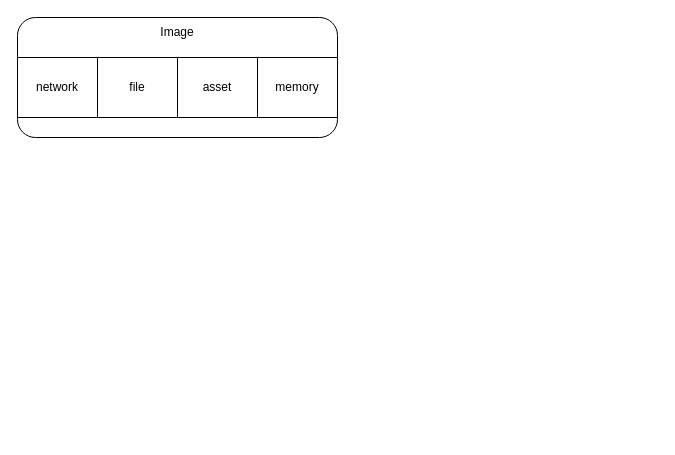
Earlier version of the draw.io diagram draw/image.drawio (Jonty1997/personal_sources). Source tidied: cells renumbered, new cells numbered last; positions are measured from the earlier drawing's top-left corner, leaving out a move shared by most shapes. Both pictures are drawn from the tidied source at 100%, with x=0, y=0 at pixel (17, 17).
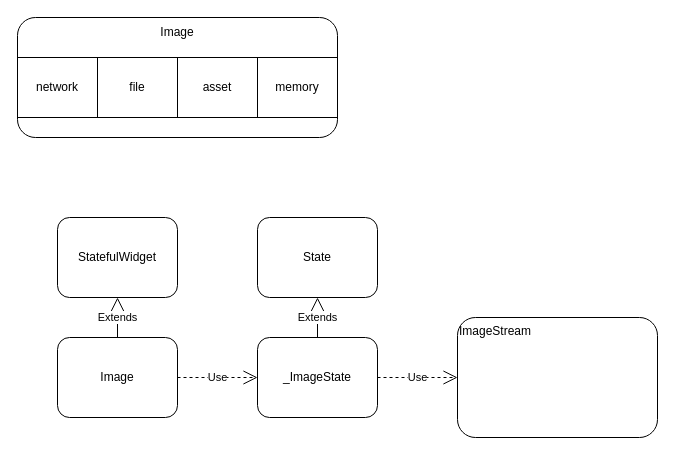
The same page after the edit.

What changed in the source:
```diff
@@
 <mxGraphModel>
   <root>
     <mxCell id="0" />
     <mxCell id="1" parent="0" />
     <mxCell id="2" style="rounded=1;whiteSpace=wrap;html=1;" parent="1" vertex="1">
       <mxGeometry width="320" height="120" as="geometry" />
     </mxCell>
     <mxCell id="3" value="Image" style="text;html=1;align=center;verticalAlign=middle;whiteSpace=wrap;rounded=0;" parent="1" vertex="1">
       <mxGeometry x="130" width="60" height="30" as="geometry" />
     </mxCell>
     <mxCell id="4" value="network" style="rounded=0;whiteSpace=wrap;html=1;" parent="1" vertex="1">
       <mxGeometry y="40" width="80" height="60" as="geometry" />
     </mxCell>
     <mxCell id="5" value="file" style="rounded=0;whiteSpace=wrap;html=1;" parent="1" vertex="1">
       <mxGeometry x="80" y="40" width="80" height="60" as="geometry" />
     </mxCell>
     <mxCell id="6" value="asset" style="rounded=0;whiteSpace=wrap;html=1;" parent="1" vertex="1">
       <mxGeometry x="160" y="40" width="80" height="60" as="geometry" />
     </mxCell>
     <mxCell id="7" value="memory" style="rounded=0;whiteSpace=wrap;html=1;" parent="1" vertex="1">
       <mxGeometry x="240" y="40" width="80" height="60" as="geometry" />
     </mxCell>
+    <mxCell id="8" value="Image" style="rounded=1;whiteSpace=wrap;html=1;" parent="1" vertex="1">
+      <mxGeometry x="40" y="320" width="120" height="80" as="geometry" />
+    </mxCell>
+    <mxCell id="9" value="StatefulWidget" style="rounded=1;whiteSpace=wrap;html=1;" parent="1" vertex="1">
+      <mxGeometry x="40" y="200" width="120" height="80" as="geometry" />
+    </mxCell>
+    <mxCell id="10" value="Extends" style="endArrow=block;endSize=16;endFill=0;html=1;rounded=0;exitX=0.5;exitY=0;exitDx=0;exitDy=0;entryX=0.5;entryY=1;entryDx=0;entryDy=0;" parent="1" edge="1" source="8" target="9">
+      <mxGeometry relative="1" as="geometry" />
+    </mxCell>
+    <mxCell id="11" value="Use" style="endArrow=open;endSize=12;dashed=1;html=1;rounded=0;exitX=1;exitY=0.5;exitDx=0;exitDy=0;entryX=0;entryY=0.5;entryDx=0;entryDy=0;" parent="1" edge="1" source="8" target="12">
+      <mxGeometry relative="1" as="geometry" />
+    </mxCell>
+    <mxCell id="12" value="_ImageState" style="rounded=1;whiteSpace=wrap;html=1;" parent="1" vertex="1">
+      <mxGeometry x="240" y="320" width="120" height="80" as="geometry" />
+    </mxCell>
+    <mxCell id="13" value="State" style="rounded=1;whiteSpace=wrap;html=1;" parent="1" vertex="1">
+      <mxGeometry x="240" y="200" width="120" height="80" as="geometry" />
+    </mxCell>
+    <mxCell id="14" value="Extends" style="endArrow=block;endSize=16;endFill=0;html=1;rounded=0;entryX=0.5;entryY=1;entryDx=0;entryDy=0;" parent="1" edge="1" source="12" target="13">
+      <mxGeometry relative="1" as="geometry" />
+    </mxCell>
+    <mxCell id="15" value="Use" style="endArrow=open;endSize=12;dashed=1;html=1;rounded=0;exitX=1;exitY=0.5;exitDx=0;exitDy=0;entryX=0;entryY=0.5;entryDx=0;entryDy=0;" parent="1" edge="1" source="12" target="16">
+      <mxGeometry relative="1" as="geometry" />
+    </mxCell>
+    <mxCell id="16" value="ImageStream" style="rounded=1;whiteSpace=wrap;html=1;align=left;verticalAlign=top;" parent="1" vertex="1">
+      <mxGeometry x="440" y="300" width="200" height="120" as="geometry" />
+    </mxCell>
   </root>
 </mxGraphModel>
```
